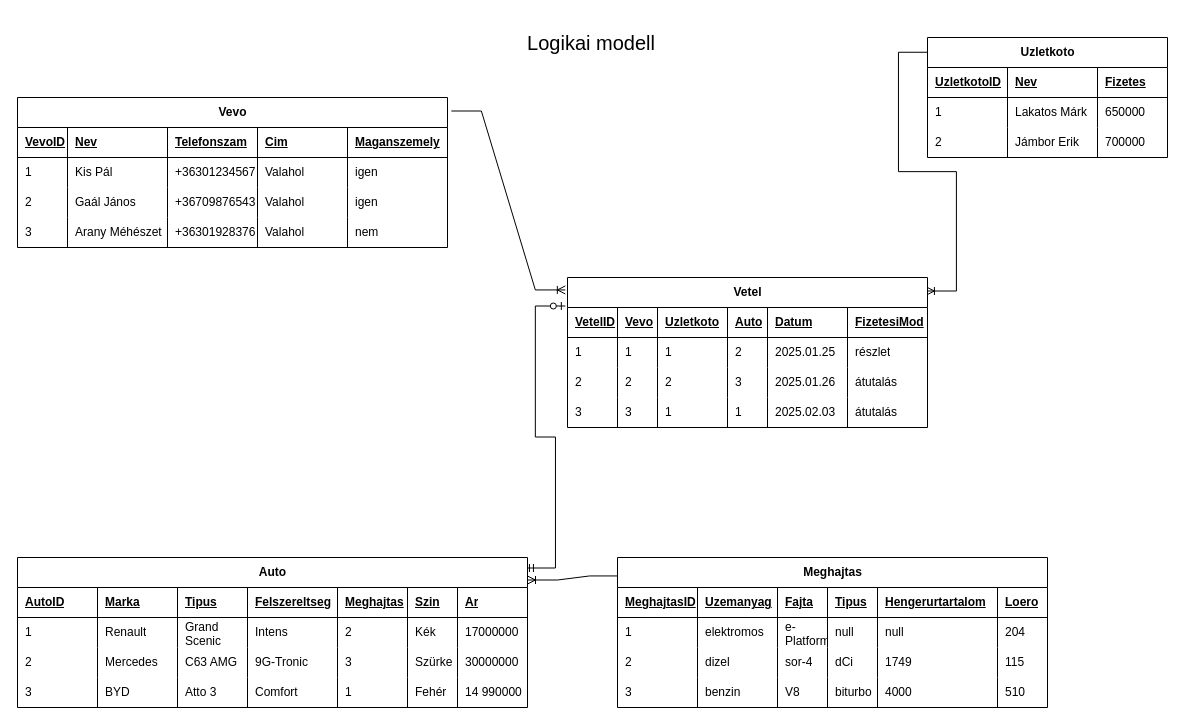
The draw.io diagram page "Logikai modell" (2 of 3) of BEADANDO/Modellek.drawio in Horvath-B/adatbazisok, before the edit. Source tidied: cells renumbered, new cells numbered last; positions are measured from the earlier drawing's top-left corner, leaving out a move shared by most shapes. Both pictures are drawn from the tidied source at 100%, with x=0, y=0 at pixel (17, 17).
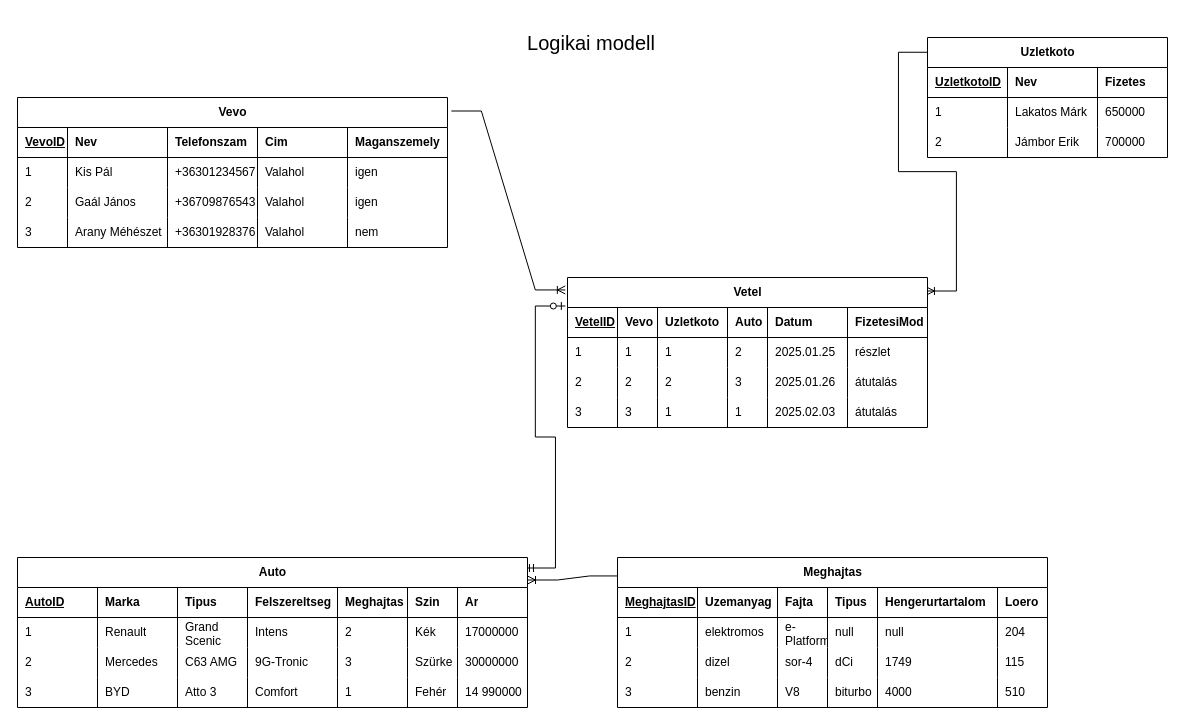
Above is the later version.

Unchanged cells that the change refers to:
```xml
<mxCell id="7" style="shape=tableRow;horizontal=0;startSize=0;swimlaneHead=0;swimlaneBody=0;fillColor=none;top=0;left=0;right=0;bottom=1;" parent="6" vertex="1">
  <mxGeometry y="30" width="430" height="30" as="geometry" />
</mxCell>
<mxCell id="36" style="shape=tableRow;horizontal=0;startSize=0;swimlaneHead=0;swimlaneBody=0;fillColor=none;top=0;left=0;right=0;bottom=1;" parent="35" vertex="1">
  <mxGeometry y="30" width="240" height="30" as="geometry" />
</mxCell>
<mxCell id="49" style="shape=tableRow;horizontal=0;startSize=0;swimlaneHead=0;swimlaneBody=0;fillColor=none;top=0;left=0;right=0;bottom=1;" parent="48" vertex="1">
  <mxGeometry y="30" width="430" height="30" as="geometry" />
</mxCell>
<mxCell id="74" style="shape=tableRow;horizontal=0;startSize=0;swimlaneHead=0;swimlaneBody=0;fillColor=none;top=0;left=0;right=0;bottom=1;" parent="73" vertex="1">
  <mxGeometry y="30" width="510" height="30" as="geometry" />
</mxCell>
<mxCell id="107" style="shape=tableRow;horizontal=0;startSize=0;swimlaneHead=0;swimlaneBody=0;fillColor=none;top=0;left=0;right=0;bottom=1;" parent="106" vertex="1">
  <mxGeometry y="30" width="360" height="30" as="geometry" />
</mxCell>
```

The edit, as a diff of the source:
```diff
@@
-    <mxCell id="9" value="Uzemanyag" style="shape=partialRectangle;fillColor=none;top=0;left=0;bottom=0;right=0;align=left;spacingLeft=6;fontStyle=5;overflow=hidden;whiteSpace=wrap;html=1;" parent="7" vertex="1">
+    <mxCell id="9" value="Uzemanyag" style="shape=partialRectangle;fillColor=none;top=0;left=0;bottom=0;right=0;align=left;spacingLeft=6;fontStyle=1;overflow=hidden;whiteSpace=wrap;html=1;" parent="7" vertex="1">
       <mxGeometry x="80" width="80" height="30" as="geometry" />
     </mxCell>
-    <mxCell id="10" value="Fajta" style="shape=partialRectangle;fillColor=none;top=0;left=0;bottom=0;right=0;align=left;spacingLeft=6;fontStyle=5;overflow=hidden;whiteSpace=wrap;html=1;" parent="7" vertex="1">
+    <mxCell id="10" value="Fajta" style="shape=partialRectangle;fillColor=none;top=0;left=0;bottom=0;right=0;align=left;spacingLeft=6;fontStyle=1;overflow=hidden;whiteSpace=wrap;html=1;" parent="7" vertex="1">
       <mxGeometry x="160" width="50" height="30" as="geometry" />
     </mxCell>
-    <mxCell id="11" value="Tipus" style="shape=partialRectangle;fillColor=none;top=0;left=0;bottom=0;right=0;align=left;spacingLeft=6;fontStyle=5;overflow=hidden;whiteSpace=wrap;html=1;" parent="7" vertex="1">
+    <mxCell id="11" value="Tipus" style="shape=partialRectangle;fillColor=none;top=0;left=0;bottom=0;right=0;align=left;spacingLeft=6;fontStyle=1;overflow=hidden;whiteSpace=wrap;html=1;" parent="7" vertex="1">
       <mxGeometry x="210" width="50" height="30" as="geometry" />
     </mxCell>
-    <mxCell id="12" value="Hengerurtartalom" style="shape=partialRectangle;fillColor=none;top=0;left=0;bottom=0;right=0;align=left;spacingLeft=6;fontStyle=5;overflow=hidden;whiteSpace=wrap;html=1;" parent="7" vertex="1">
+    <mxCell id="12" value="Hengerurtartalom" style="shape=partialRectangle;fillColor=none;top=0;left=0;bottom=0;right=0;align=left;spacingLeft=6;fontStyle=1;overflow=hidden;whiteSpace=wrap;html=1;" parent="7" vertex="1">
       <mxGeometry x="260" width="120" height="30" as="geometry" />
     </mxCell>
-    <mxCell id="13" value="Loero" style="shape=partialRectangle;fillColor=none;top=0;left=0;bottom=0;right=0;align=left;spacingLeft=6;fontStyle=5;overflow=hidden;whiteSpace=wrap;html=1;" parent="7" vertex="1">
+    <mxCell id="13" value="Loero" style="shape=partialRectangle;fillColor=none;top=0;left=0;bottom=0;right=0;align=left;spacingLeft=6;fontStyle=1;overflow=hidden;whiteSpace=wrap;html=1;" parent="7" vertex="1">
       <mxGeometry x="380" width="50" height="30" as="geometry" />
     </mxCell>
@@
-    <mxCell id="38" value="Nev" style="shape=partialRectangle;fillColor=none;top=0;left=0;bottom=0;right=0;align=left;spacingLeft=6;fontStyle=5;overflow=hidden;whiteSpace=wrap;html=1;" parent="36" vertex="1">
+    <mxCell id="38" value="Nev" style="shape=partialRectangle;fillColor=none;top=0;left=0;bottom=0;right=0;align=left;spacingLeft=6;fontStyle=1;overflow=hidden;whiteSpace=wrap;html=1;" parent="36" vertex="1">
       <mxGeometry x="80" width="90" height="30" as="geometry" />
     </mxCell>
-    <mxCell id="39" value="Fizetes" style="shape=partialRectangle;fillColor=none;top=0;left=0;bottom=0;right=0;align=left;spacingLeft=6;fontStyle=5;overflow=hidden;whiteSpace=wrap;html=1;" parent="36" vertex="1">
+    <mxCell id="39" value="Fizetes" style="shape=partialRectangle;fillColor=none;top=0;left=0;bottom=0;right=0;align=left;spacingLeft=6;fontStyle=1;overflow=hidden;whiteSpace=wrap;html=1;" parent="36" vertex="1">
       <mxGeometry x="170" width="70" height="30" as="geometry" />
     </mxCell>
@@
-    <mxCell id="51" value="Nev" style="shape=partialRectangle;fillColor=none;top=0;left=0;bottom=0;right=0;align=left;spacingLeft=6;fontStyle=5;overflow=hidden;whiteSpace=wrap;html=1;" parent="49" vertex="1">
+    <mxCell id="51" value="Nev" style="shape=partialRectangle;fillColor=none;top=0;left=0;bottom=0;right=0;align=left;spacingLeft=6;fontStyle=1;overflow=hidden;whiteSpace=wrap;html=1;" parent="49" vertex="1">
       <mxGeometry x="50" width="100" height="30" as="geometry" />
     </mxCell>
-    <mxCell id="52" value="Telefonszam" style="shape=partialRectangle;fillColor=none;top=0;left=0;bottom=0;right=0;align=left;spacingLeft=6;fontStyle=5;overflow=hidden;whiteSpace=wrap;html=1;" parent="49" vertex="1">
+    <mxCell id="52" value="Telefonszam" style="shape=partialRectangle;fillColor=none;top=0;left=0;bottom=0;right=0;align=left;spacingLeft=6;fontStyle=1;overflow=hidden;whiteSpace=wrap;html=1;" parent="49" vertex="1">
       <mxGeometry x="150" width="90" height="30" as="geometry" />
     </mxCell>
-    <mxCell id="53" value="Cim" style="shape=partialRectangle;fillColor=none;top=0;left=0;bottom=0;right=0;align=left;spacingLeft=6;fontStyle=5;overflow=hidden;whiteSpace=wrap;html=1;" parent="49" vertex="1">
+    <mxCell id="53" value="Cim" style="shape=partialRectangle;fillColor=none;top=0;left=0;bottom=0;right=0;align=left;spacingLeft=6;fontStyle=1;overflow=hidden;whiteSpace=wrap;html=1;" parent="49" vertex="1">
       <mxGeometry x="240" width="90" height="30" as="geometry" />
     </mxCell>
-    <mxCell id="54" value="Maganszemely" style="shape=partialRectangle;fillColor=none;top=0;left=0;bottom=0;right=0;align=left;spacingLeft=6;fontStyle=5;overflow=hidden;whiteSpace=wrap;html=1;" parent="49" vertex="1">
+    <mxCell id="54" value="Maganszemely" style="shape=partialRectangle;fillColor=none;top=0;left=0;bottom=0;right=0;align=left;spacingLeft=6;fontStyle=1;overflow=hidden;whiteSpace=wrap;html=1;" parent="49" vertex="1">
       <mxGeometry x="330" width="100" height="30" as="geometry" />
     </mxCell>
@@
-    <mxCell id="76" value="Marka" style="shape=partialRectangle;fillColor=none;top=0;left=0;bottom=0;right=0;align=left;spacingLeft=6;fontStyle=5;overflow=hidden;whiteSpace=wrap;html=1;" parent="74" vertex="1">
+    <mxCell id="76" value="Marka" style="shape=partialRectangle;fillColor=none;top=0;left=0;bottom=0;right=0;align=left;spacingLeft=6;fontStyle=1;overflow=hidden;whiteSpace=wrap;html=1;" parent="74" vertex="1">
       <mxGeometry x="80" width="80" height="30" as="geometry" />
     </mxCell>
-    <mxCell id="77" value="Tipus" style="shape=partialRectangle;fillColor=none;top=0;left=0;bottom=0;right=0;align=left;spacingLeft=6;fontStyle=5;overflow=hidden;whiteSpace=wrap;html=1;" parent="74" vertex="1">
+    <mxCell id="77" value="Tipus" style="shape=partialRectangle;fillColor=none;top=0;left=0;bottom=0;right=0;align=left;spacingLeft=6;fontStyle=1;overflow=hidden;whiteSpace=wrap;html=1;" parent="74" vertex="1">
       <mxGeometry x="160" width="70" height="30" as="geometry" />
     </mxCell>
-    <mxCell id="78" value="Felszereltseg" style="shape=partialRectangle;fillColor=none;top=0;left=0;bottom=0;right=0;align=left;spacingLeft=6;fontStyle=5;overflow=hidden;whiteSpace=wrap;html=1;" parent="74" vertex="1">
+    <mxCell id="78" value="Felszereltseg" style="shape=partialRectangle;fillColor=none;top=0;left=0;bottom=0;right=0;align=left;spacingLeft=6;fontStyle=1;overflow=hidden;whiteSpace=wrap;html=1;" parent="74" vertex="1">
       <mxGeometry x="230" width="90" height="30" as="geometry" />
     </mxCell>
-    <mxCell id="79" value="Meghajtas" style="shape=partialRectangle;fillColor=none;top=0;left=0;bottom=0;right=0;align=left;spacingLeft=6;fontStyle=5;overflow=hidden;whiteSpace=wrap;html=1;" parent="74" vertex="1">
+    <mxCell id="79" value="Meghajtas" style="shape=partialRectangle;fillColor=none;top=0;left=0;bottom=0;right=0;align=left;spacingLeft=6;fontStyle=1;overflow=hidden;whiteSpace=wrap;html=1;" parent="74" vertex="1">
       <mxGeometry x="320" width="70" height="30" as="geometry" />
     </mxCell>
-    <mxCell id="80" value="Szin" style="shape=partialRectangle;fillColor=none;top=0;left=0;bottom=0;right=0;align=left;spacingLeft=6;fontStyle=5;overflow=hidden;whiteSpace=wrap;html=1;" parent="74" vertex="1">
+    <mxCell id="80" value="Szin" style="shape=partialRectangle;fillColor=none;top=0;left=0;bottom=0;right=0;align=left;spacingLeft=6;fontStyle=1;overflow=hidden;whiteSpace=wrap;html=1;" parent="74" vertex="1">
       <mxGeometry x="390" width="50" height="30" as="geometry" />
     </mxCell>
-    <mxCell id="81" value="Ar" style="shape=partialRectangle;fillColor=none;top=0;left=0;bottom=0;right=0;align=left;spacingLeft=6;fontStyle=5;overflow=hidden;whiteSpace=wrap;html=1;" parent="74" vertex="1">
+    <mxCell id="81" value="Ar" style="shape=partialRectangle;fillColor=none;top=0;left=0;bottom=0;right=0;align=left;spacingLeft=6;fontStyle=1;overflow=hidden;whiteSpace=wrap;html=1;" parent="74" vertex="1">
       <mxGeometry x="440" width="70" height="30" as="geometry" />
     </mxCell>
@@
-    <mxCell id="109" value="Vevo" style="shape=partialRectangle;fillColor=none;top=0;left=0;bottom=0;right=0;align=left;spacingLeft=6;fontStyle=5;overflow=hidden;whiteSpace=wrap;html=1;" parent="107" vertex="1">
+    <mxCell id="109" value="Vevo" style="shape=partialRectangle;fillColor=none;top=0;left=0;bottom=0;right=0;align=left;spacingLeft=6;fontStyle=1;overflow=hidden;whiteSpace=wrap;html=1;" parent="107" vertex="1">
       <mxGeometry x="50" width="40" height="30" as="geometry" />
     </mxCell>
-    <mxCell id="110" value="Uzletkoto" style="shape=partialRectangle;fillColor=none;top=0;left=0;bottom=0;right=0;align=left;spacingLeft=6;fontStyle=5;overflow=hidden;whiteSpace=wrap;html=1;" parent="107" vertex="1">
+    <mxCell id="110" value="Uzletkoto" style="shape=partialRectangle;fillColor=none;top=0;left=0;bottom=0;right=0;align=left;spacingLeft=6;fontStyle=1;overflow=hidden;whiteSpace=wrap;html=1;" parent="107" vertex="1">
       <mxGeometry x="90" width="70" height="30" as="geometry" />
     </mxCell>
-    <mxCell id="111" value="Auto" style="shape=partialRectangle;fillColor=none;top=0;left=0;bottom=0;right=0;align=left;spacingLeft=6;fontStyle=5;overflow=hidden;whiteSpace=wrap;html=1;" parent="107" vertex="1">
+    <mxCell id="111" value="Auto" style="shape=partialRectangle;fillColor=none;top=0;left=0;bottom=0;right=0;align=left;spacingLeft=6;fontStyle=1;overflow=hidden;whiteSpace=wrap;html=1;" parent="107" vertex="1">
       <mxGeometry x="160" width="40" height="30" as="geometry" />
     </mxCell>
-    <mxCell id="112" value="Datum" style="shape=partialRectangle;fillColor=none;top=0;left=0;bottom=0;right=0;align=left;spacingLeft=6;fontStyle=5;overflow=hidden;whiteSpace=wrap;html=1;" parent="107" vertex="1">
+    <mxCell id="112" value="Datum" style="shape=partialRectangle;fillColor=none;top=0;left=0;bottom=0;right=0;align=left;spacingLeft=6;fontStyle=1;overflow=hidden;whiteSpace=wrap;html=1;" parent="107" vertex="1">
       <mxGeometry x="200" width="80" height="30" as="geometry" />
     </mxCell>
-    <mxCell id="113" value="FizetesiMod" style="shape=partialRectangle;fillColor=none;top=0;left=0;bottom=0;right=0;align=left;spacingLeft=6;fontStyle=5;overflow=hidden;whiteSpace=wrap;html=1;" parent="107" vertex="1">
+    <mxCell id="113" value="FizetesiMod" style="shape=partialRectangle;fillColor=none;top=0;left=0;bottom=0;right=0;align=left;spacingLeft=6;fontStyle=1;overflow=hidden;whiteSpace=wrap;html=1;" parent="107" vertex="1">
       <mxGeometry x="280" width="80" height="30" as="geometry" />
     </mxCell>
```
